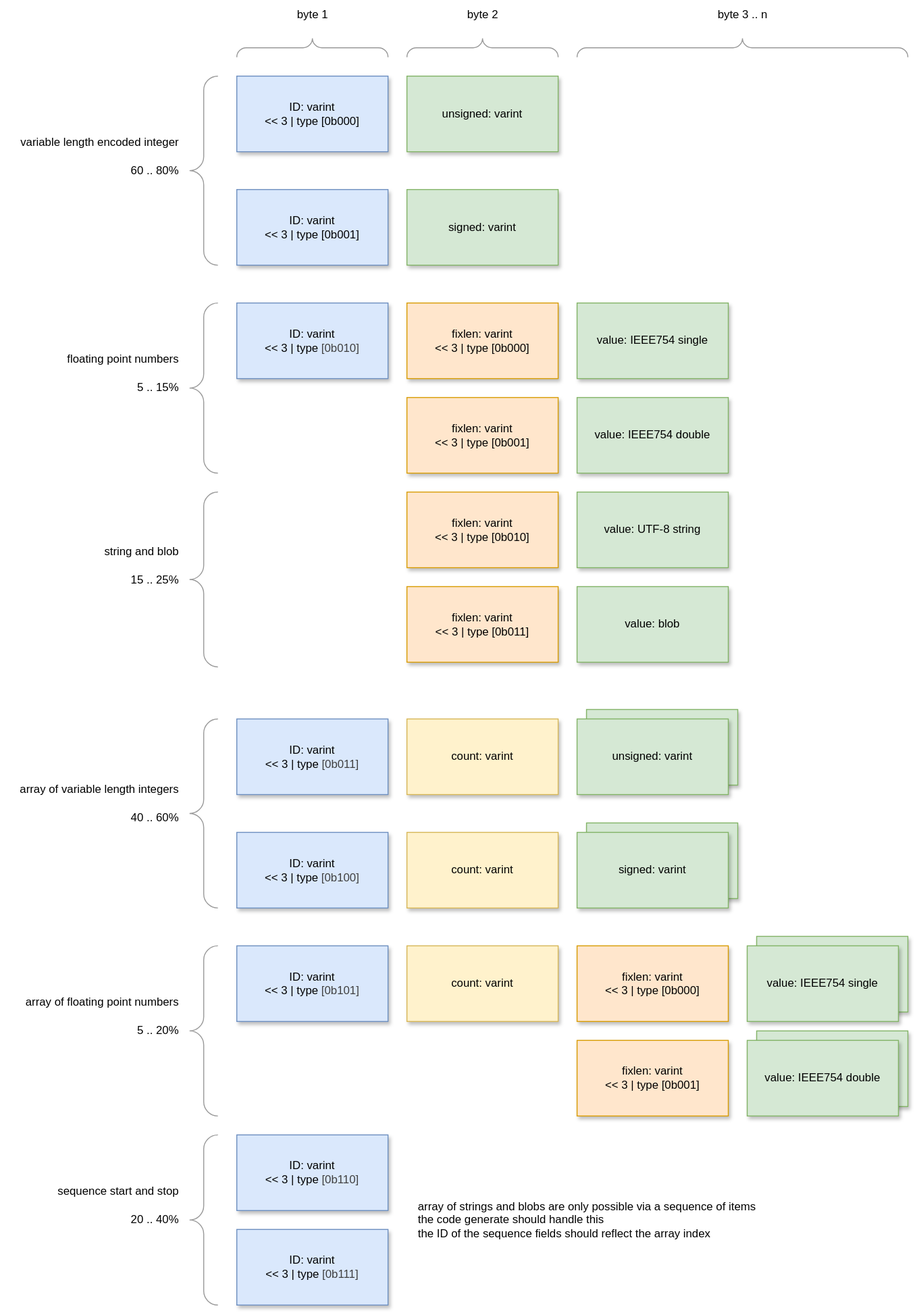
Earlier version of the draw.io export assets/format.drawio.svg (sofa-buffers/documentation). Source tidied: cells renumbered, new cells last; positions are measured from the earlier drawing's top-left corner, leaving out a move shared by most shapes.
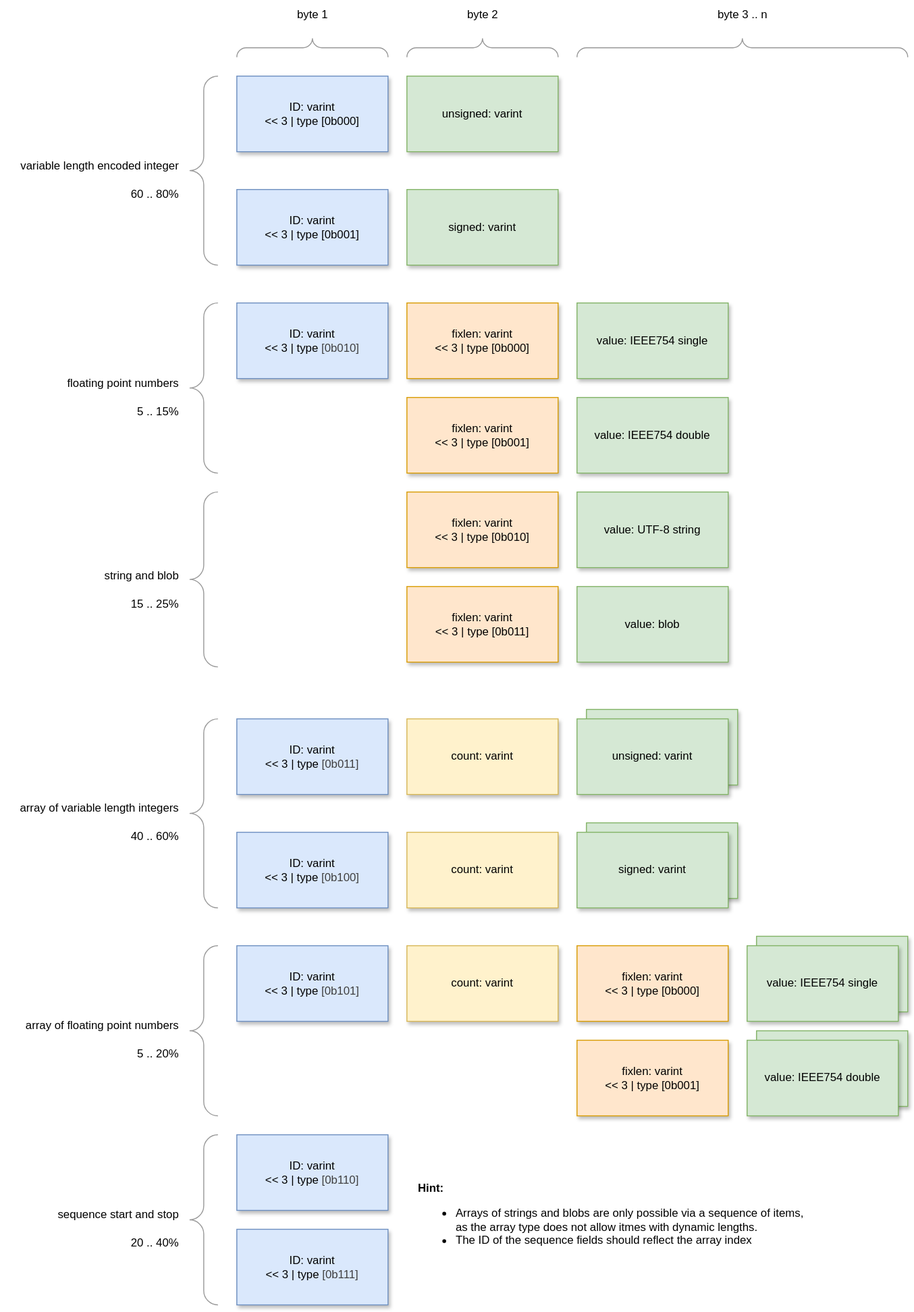
The same diagram one commit later.

The edit, as a diff of the source:
```diff
@@ -99,58 +99,58 @@
       <mxGeometry x="200" y="80" width="30" height="200" as="geometry" />
     </mxCell>
     <mxCell id="34" value="60 .. 80%" style="text;html=1;align=right;verticalAlign=middle;strokeColor=none;fillColor=none;" parent="1" vertex="1">
-      <mxGeometry x="120" y="165" width="70" height="30" as="geometry" />
+      <mxGeometry x="120" y="190" width="70" height="30" as="geometry" />
     </mxCell>
     <mxCell id="35" style="labelPosition=right;align=left;strokeWidth=1;shape=mxgraph.mockup.markup.curlyBrace;html=1;shadow=0;dashed=0;strokeColor=#999999;direction=north;" parent="1" vertex="1">
       <mxGeometry x="200" y="320" width="30" height="180" as="geometry" />
     </mxCell>
     <mxCell id="36" value="5 .. 15%" style="text;html=1;align=right;verticalAlign=middle;strokeColor=none;fillColor=none;" parent="1" vertex="1">
-      <mxGeometry x="120" y="395" width="70" height="30" as="geometry" />
+      <mxGeometry x="120" y="420" width="70" height="30" as="geometry" />
     </mxCell>
     <mxCell id="37" style="labelPosition=right;align=left;strokeWidth=1;shape=mxgraph.mockup.markup.curlyBrace;html=1;shadow=0;dashed=0;strokeColor=#999999;direction=north;" parent="1" vertex="1">
       <mxGeometry x="200" y="520" width="30" height="185" as="geometry" />
     </mxCell>
     <mxCell id="38" value="15 .. 25%" style="text;html=1;align=right;verticalAlign=middle;strokeColor=none;fillColor=none;" parent="1" vertex="1">
-      <mxGeometry x="120" y="597.5" width="70" height="30" as="geometry" />
+      <mxGeometry x="120" y="624" width="70" height="30" as="geometry" />
     </mxCell>
     <mxCell id="39" style="labelPosition=right;align=left;strokeWidth=1;shape=mxgraph.mockup.markup.curlyBrace;html=1;shadow=0;dashed=0;strokeColor=#999999;direction=north;" parent="1" vertex="1">
       <mxGeometry x="200" y="760" width="30" height="200" as="geometry" />
     </mxCell>
     <mxCell id="40" value="40 .. 60%" style="text;html=1;align=right;verticalAlign=middle;strokeColor=none;fillColor=none;" parent="1" vertex="1">
-      <mxGeometry x="120" y="850" width="70" height="30" as="geometry" />
+      <mxGeometry x="120" y="870" width="70" height="30" as="geometry" />
     </mxCell>
     <mxCell id="41" style="labelPosition=right;align=left;strokeWidth=1;shape=mxgraph.mockup.markup.curlyBrace;html=1;shadow=0;dashed=0;strokeColor=#999999;direction=north;" parent="1" vertex="1">
       <mxGeometry x="200" y="1000" width="30" height="180" as="geometry" />
     </mxCell>
     <mxCell id="42" value="5 .. 20%" style="text;html=1;align=right;verticalAlign=middle;strokeColor=none;fillColor=none;" parent="1" vertex="1">
-      <mxGeometry x="120" y="1075" width="70" height="30" as="geometry" />
+      <mxGeometry x="120" y="1100" width="70" height="30" as="geometry" />
     </mxCell>
     <mxCell id="43" style="labelPosition=right;align=left;strokeWidth=1;shape=mxgraph.mockup.markup.curlyBrace;html=1;shadow=0;dashed=0;strokeColor=#999999;direction=north;" parent="1" vertex="1">
       <mxGeometry x="200" y="1200" width="30" height="180" as="geometry" />
     </mxCell>
     <mxCell id="44" value="20 .. 40%" style="text;html=1;align=right;verticalAlign=middle;strokeColor=none;fillColor=none;" parent="1" vertex="1">
-      <mxGeometry x="120" y="1275" width="70" height="30" as="geometry" />
+      <mxGeometry x="120" y="1300" width="70" height="30" as="geometry" />
     </mxCell>
-    <mxCell id="45" value="array of strings and blobs are only possible via a sequence of items&lt;div&gt;the code generate should handle this&lt;/div&gt;&lt;div&gt;the ID of the sequence fields should reflect the array index&lt;/div&gt;" style="text;html=1;align=left;verticalAlign=middle;strokeColor=none;fillColor=none;" parent="1" vertex="1">
-      <mxGeometry x="440" y="1260" width="380" height="60" as="geometry" />
+    <mxCell id="45" value="&lt;div&gt;&lt;b&gt;Hint:&lt;/b&gt;&lt;/div&gt;&lt;ul&gt;&lt;li&gt;Arrays of strings and blobs are only possible via a sequence of items, &lt;br&gt;as the array type does not allow itmes with dynamic lengths.&lt;/li&gt;&lt;li&gt;The ID of the sequence fields should reflect the array index&lt;/li&gt;&lt;/ul&gt;" style="text;html=1;align=left;verticalAlign=middle;strokeColor=none;fillColor=none;" parent="1" vertex="1">
+      <mxGeometry x="440" y="1235" width="430" height="110" as="geometry" />
     </mxCell>
     <mxCell id="46" value="variable length encoded integer" style="text;html=1;align=right;verticalAlign=middle;strokeColor=none;fillColor=none;" parent="1" vertex="1">
-      <mxGeometry y="135" width="190" height="30" as="geometry" />
+      <mxGeometry y="160" width="190" height="30" as="geometry" />
     </mxCell>
     <mxCell id="47" value="floating point numbers" style="text;html=1;align=right;verticalAlign=middle;strokeColor=none;fillColor=none;" parent="1" vertex="1">
-      <mxGeometry x="50" y="365" width="140" height="30" as="geometry" />
+      <mxGeometry x="50" y="390" width="140" height="30" as="geometry" />
     </mxCell>
     <mxCell id="48" value="string and blob" style="text;html=1;align=right;verticalAlign=middle;strokeColor=none;fillColor=none;" parent="1" vertex="1">
-      <mxGeometry x="90" y="567.5" width="100" height="30" as="geometry" />
+      <mxGeometry x="90" y="594" width="100" height="30" as="geometry" />
     </mxCell>
     <mxCell id="49" value="array of variable length integers" style="text;html=1;align=right;verticalAlign=middle;strokeColor=none;fillColor=none;" parent="1" vertex="1">
-      <mxGeometry y="820" width="190" height="30" as="geometry" />
+      <mxGeometry y="840" width="190" height="30" as="geometry" />
     </mxCell>
     <mxCell id="50" value="array of floating point numbers" style="text;html=1;align=right;verticalAlign=middle;strokeColor=none;fillColor=none;" parent="1" vertex="1">
-      <mxGeometry y="1045" width="190" height="30" as="geometry" />
+      <mxGeometry y="1070" width="190" height="30" as="geometry" />
     </mxCell>
     <mxCell id="51" value="sequence start and stop" style="text;html=1;align=right;verticalAlign=middle;strokeColor=none;fillColor=none;" parent="1" vertex="1">
-      <mxGeometry x="40" y="1245" width="150" height="30" as="geometry" />
+      <mxGeometry x="40" y="1270" width="150" height="30" as="geometry" />
     </mxCell>
     <mxCell id="52" style="verticalLabelPosition=bottom;shadow=0;dashed=0;align=center;html=1;verticalAlign=top;strokeWidth=1;shape=mxgraph.mockup.markup.curlyBrace;whiteSpace=wrap;strokeColor=#999999;" parent="1" vertex="1">
       <mxGeometry x="250" y="40" width="160" height="20" as="geometry" />
```
